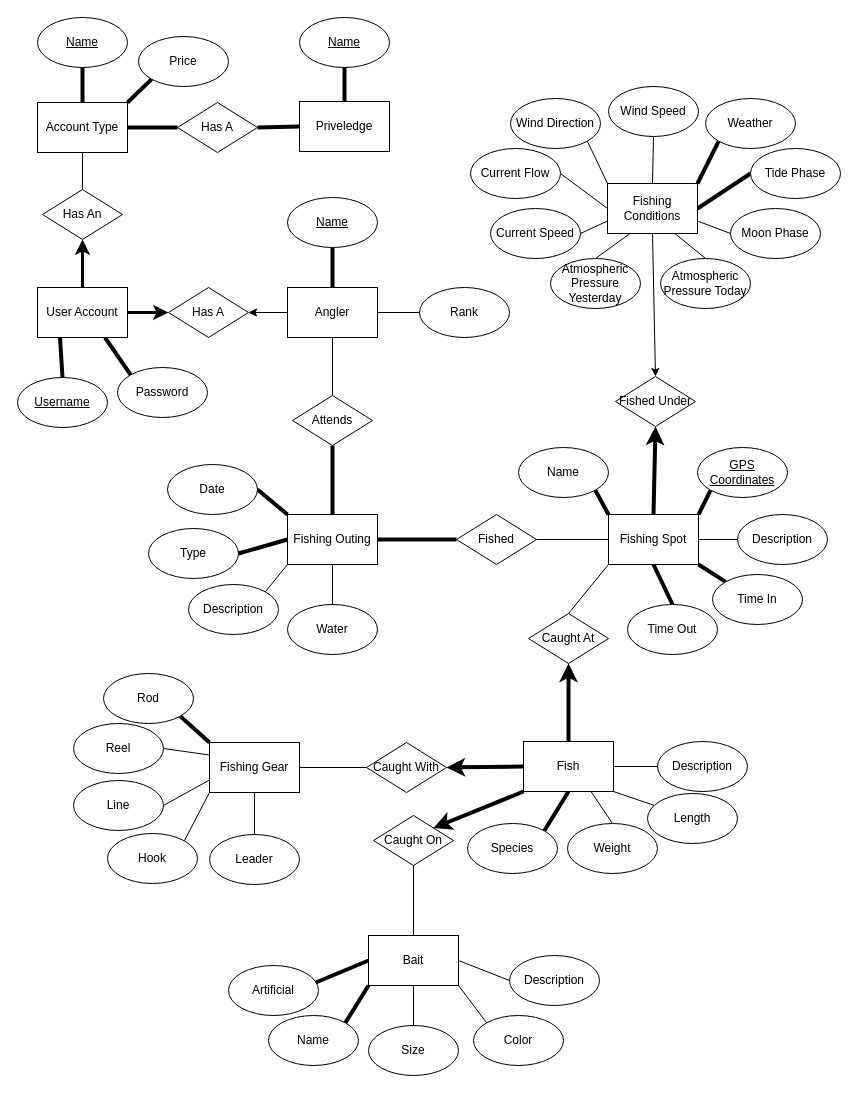
Before: fishing.drawio in rjmcginness/FishingStories, a draw.io diagram. Source tidied: cells renumbered, new cells numbered last; positions are measured from the earlier drawing's top-left corner, leaving out a move shared by most shapes. Both pictures are drawn from the tidied source at 100%, with x=0, y=0 at pixel (17, 17).
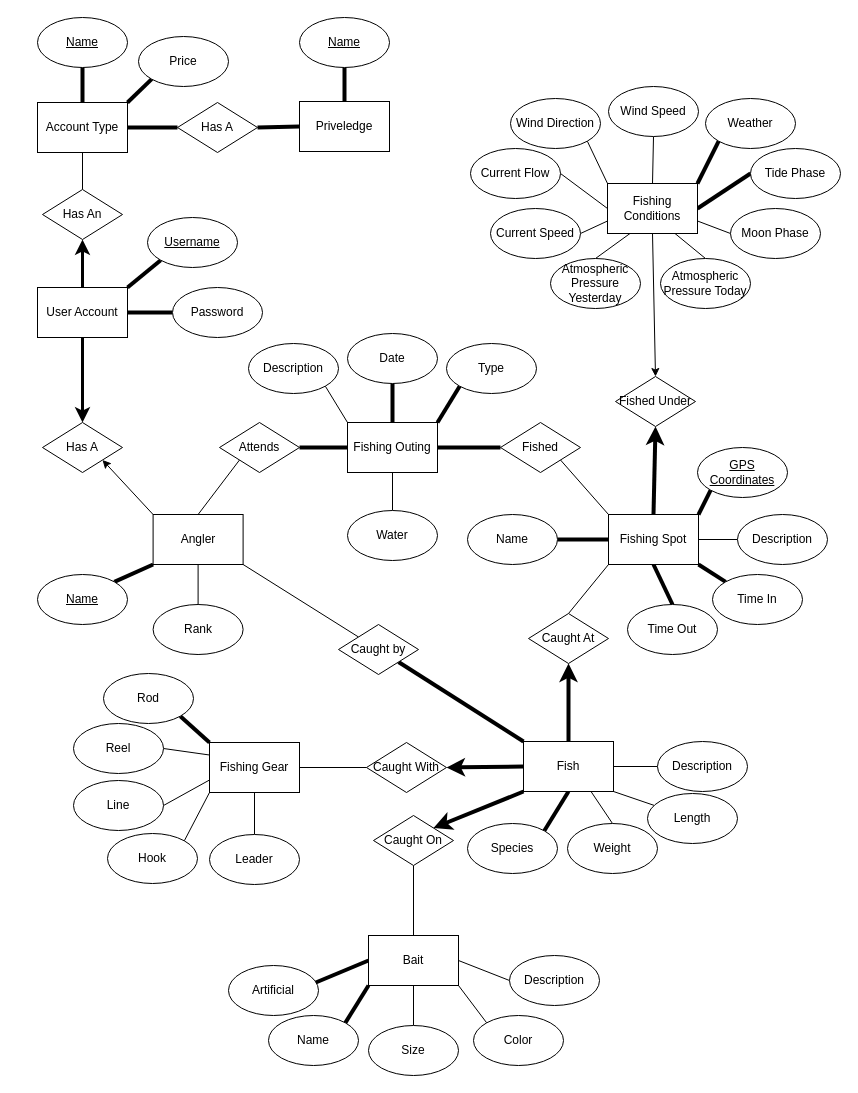
The same diagram, later.

Unchanged cells that the change refers to:
```xml
<mxCell id="10" value="Fishing Spot" style="rounded=0;whiteSpace=wrap;html=1;" parent="1" vertex="1">
  <mxGeometry x="591" y="497" width="90" height="50" as="geometry" />
</mxCell>
<mxCell id="45" value="Fish" style="rounded=0;whiteSpace=wrap;html=1;" parent="1" vertex="1">
  <mxGeometry x="506" y="724" width="90" height="50" as="geometry" />
</mxCell>
<mxCell id="97" value="User Account" style="rounded=0;whiteSpace=wrap;html=1;" parent="1" vertex="1">
  <mxGeometry x="20" y="270" width="90" height="50" as="geometry" />
</mxCell>
```

The edit, as a diff of the source:
```diff
@@
-    <mxCell id="4" style="edgeStyle=none;html=1;exitX=0;exitY=0;exitDx=0;exitDy=0;entryX=1;entryY=1;entryDx=0;entryDy=0;endArrow=none;endFill=0;strokeWidth=4;" parent="1" edge="1" source="10" target="13">
+    <mxCell id="4" style="edgeStyle=none;html=1;exitX=0;exitY=0.5;exitDx=0;exitDy=0;entryX=1;entryY=0.5;entryDx=0;entryDy=0;endArrow=none;endFill=0;strokeWidth=4;" parent="1" edge="1" source="10" target="13">
       <mxGeometry relative="1" as="geometry" />
     </mxCell>
@@
-    <mxCell id="7" style="edgeStyle=none;html=1;exitX=0;exitY=0.5;exitDx=0;exitDy=0;entryX=1;entryY=0.5;entryDx=0;entryDy=0;endArrow=none;endFill=0;strokeWidth=1;" parent="1" edge="1" source="10" target="39">
+    <mxCell id="7" style="edgeStyle=none;html=1;exitX=0;exitY=0;exitDx=0;exitDy=0;entryX=1;entryY=1;entryDx=0;entryDy=0;endArrow=none;endFill=0;strokeWidth=1;" parent="1" edge="1" source="10" target="39">
       <mxGeometry relative="1" as="geometry" />
     </mxCell>
@@
     <mxCell id="13" value="Name" style="ellipse;whiteSpace=wrap;html=1;" parent="1" vertex="1">
-      <mxGeometry x="501" y="430" width="90" height="50" as="geometry" />
+      <mxGeometry x="450" y="497" width="90" height="50" as="geometry" />
     </mxCell>
@@
-    <mxCell id="32" style="edgeStyle=none;html=1;exitX=0;exitY=0;exitDx=0;exitDy=0;entryX=1;entryY=0.5;entryDx=0;entryDy=0;endArrow=none;endFill=0;strokeWidth=4;" parent="1" edge="1" source="36" target="53">
+    <mxCell id="32" style="edgeStyle=none;html=1;exitX=0.5;exitY=0;exitDx=0;exitDy=0;entryX=0.5;entryY=1;entryDx=0;entryDy=0;endArrow=none;endFill=0;strokeWidth=4;" parent="1" edge="1" source="36" target="53">
       <mxGeometry relative="1" as="geometry" />
     </mxCell>
-    <mxCell id="33" style="edgeStyle=none;html=1;exitX=0;exitY=1;exitDx=0;exitDy=0;entryX=1;entryY=0;entryDx=0;entryDy=0;endArrow=none;endFill=0;strokeWidth=1;" parent="1" edge="1" source="36" target="54">
+    <mxCell id="33" style="edgeStyle=none;html=1;exitX=0;exitY=0;exitDx=0;exitDy=0;entryX=1;entryY=1;entryDx=0;entryDy=0;endArrow=none;endFill=0;strokeWidth=1;" parent="1" edge="1" source="36" target="54">
       <mxGeometry relative="1" as="geometry" />
     </mxCell>
-    <mxCell id="34" style="edgeStyle=none;html=1;exitX=0;exitY=0.5;exitDx=0;exitDy=0;endArrow=none;endFill=0;strokeWidth=4;entryX=1;entryY=0.5;entryDx=0;entryDy=0;" parent="1" edge="1" source="36" target="55">
+    <mxCell id="34" style="edgeStyle=none;html=1;exitX=1;exitY=0;exitDx=0;exitDy=0;endArrow=none;endFill=0;strokeWidth=4;entryX=0;entryY=1;entryDx=0;entryDy=0;" parent="1" edge="1" source="36" target="55">
       <mxGeometry relative="1" as="geometry" />
     </mxCell>
-    <mxCell id="35" style="edgeStyle=none;html=1;exitX=0.5;exitY=1;exitDx=0;exitDy=0;entryX=0.5;entryY=0;entryDx=0;entryDy=0;endArrow=none;endFill=0;strokeWidth=1;" parent="1" edge="1" source="36" target="56">
+    <mxCell id="35" style="edgeStyle=none;html=1;entryX=0.5;entryY=0;entryDx=0;entryDy=0;endArrow=none;endFill=0;strokeWidth=1;exitX=0.5;exitY=1;exitDx=0;exitDy=0;" parent="1" edge="1" source="36" target="56">
       <mxGeometry relative="1" as="geometry" />
     </mxCell>
     <mxCell id="36" value="Fishing Outing" style="rounded=0;whiteSpace=wrap;html=1;" parent="1" vertex="1">
-      <mxGeometry x="270" y="497" width="90" height="50" as="geometry" />
+      <mxGeometry x="330" y="405" width="90" height="50" as="geometry" />
     </mxCell>
@@
     <mxCell id="39" value="Fished" style="rhombus;whiteSpace=wrap;html=1;" parent="1" vertex="1">
-      <mxGeometry x="439" y="497" width="80" height="50" as="geometry" />
+      <mxGeometry x="483" y="405" width="80" height="50" as="geometry" />
     </mxCell>
@@
+    <mxCell id="117" style="edgeStyle=none;html=1;exitX=0;exitY=0;exitDx=0;exitDy=0;entryX=1;entryY=1;entryDx=0;entryDy=0;strokeWidth=4;endArrow=none;endFill=0;" parent="1" edge="1" source="45" target="119">
+      <mxGeometry relative="1" as="geometry" />
+    </mxCell>
@@
     <mxCell id="53" value="Date" style="ellipse;whiteSpace=wrap;html=1;" parent="1" vertex="1">
-      <mxGeometry x="150" y="447" width="90" height="50" as="geometry" />
+      <mxGeometry x="330" y="316" width="90" height="50" as="geometry" />
     </mxCell>
     <mxCell id="54" value="Description" style="ellipse;whiteSpace=wrap;html=1;" parent="1" vertex="1">
-      <mxGeometry x="171" y="567" width="90" height="50" as="geometry" />
+      <mxGeometry x="231" y="326" width="90" height="50" as="geometry" />
     </mxCell>
     <mxCell id="55" value="Type" style="ellipse;whiteSpace=wrap;html=1;" parent="1" vertex="1">
-      <mxGeometry x="131" y="511" width="90" height="50" as="geometry" />
+      <mxGeometry x="429" y="326" width="90" height="50" as="geometry" />
     </mxCell>
     <mxCell id="56" value="Water" style="ellipse;whiteSpace=wrap;html=1;" parent="1" vertex="1">
-      <mxGeometry x="270" y="587" width="90" height="50" as="geometry" />
+      <mxGeometry x="330" y="493" width="90" height="50" as="geometry" />
     </mxCell>
@@
     <mxCell id="87" value="Angler" style="rounded=0;whiteSpace=wrap;html=1;" parent="1" vertex="1">
-      <mxGeometry x="270" y="270" width="90" height="50" as="geometry" />
+      <mxGeometry x="135.6" y="497" width="90" height="50" as="geometry" />
     </mxCell>
-    <mxCell id="88" style="edgeStyle=none;html=1;exitX=0.5;exitY=1;exitDx=0;exitDy=0;entryX=0.5;entryY=0;entryDx=0;entryDy=0;endArrow=none;endFill=0;strokeWidth=4;" parent="1" edge="1" source="90" target="36">
+    <mxCell id="88" style="edgeStyle=none;html=1;exitX=1;exitY=0.5;exitDx=0;exitDy=0;entryX=0;entryY=0.5;entryDx=0;entryDy=0;endArrow=none;endFill=0;strokeWidth=4;" parent="1" edge="1" source="90" target="36">
       <mxGeometry relative="1" as="geometry" />
     </mxCell>
-    <mxCell id="89" style="edgeStyle=none;html=1;exitX=0.5;exitY=0;exitDx=0;exitDy=0;entryX=0.5;entryY=1;entryDx=0;entryDy=0;endArrow=none;endFill=0;" parent="1" edge="1" source="90" target="87">
+    <mxCell id="89" style="edgeStyle=none;html=1;exitX=0;exitY=1;exitDx=0;exitDy=0;entryX=0.5;entryY=0;entryDx=0;entryDy=0;endArrow=none;endFill=0;" parent="1" edge="1" source="90" target="87">
       <mxGeometry relative="1" as="geometry" />
     </mxCell>
     <mxCell id="90" value="Attends" style="rhombus;whiteSpace=wrap;html=1;" parent="1" vertex="1">
-      <mxGeometry x="275" y="378" width="80" height="50" as="geometry" />
+      <mxGeometry x="202" y="405" width="80" height="50" as="geometry" />
     </mxCell>
-    <mxCell id="91" style="edgeStyle=none;html=1;exitX=0.5;exitY=1;exitDx=0;exitDy=0;entryX=0.5;entryY=0;entryDx=0;entryDy=0;endArrow=none;endFill=0;strokeWidth=4;" parent="1" edge="1" source="92" target="87">
+    <mxCell id="91" style="edgeStyle=none;html=1;exitX=1;exitY=0;exitDx=0;exitDy=0;entryX=0;entryY=1;entryDx=0;entryDy=0;endArrow=none;endFill=0;strokeWidth=4;" parent="1" edge="1" source="92" target="87">
       <mxGeometry relative="1" as="geometry" />
     </mxCell>
     <mxCell id="92" value="&lt;u&gt;Name&lt;/u&gt;" style="ellipse;whiteSpace=wrap;html=1;" parent="1" vertex="1">
-      <mxGeometry x="270" y="180" width="90" height="50" as="geometry" />
+      <mxGeometry x="20" y="557" width="90" height="50" as="geometry" />
     </mxCell>
-    <mxCell id="93" style="edgeStyle=none;html=1;exitX=0;exitY=0.5;exitDx=0;exitDy=0;entryX=1;entryY=0.5;entryDx=0;entryDy=0;endArrow=none;endFill=0;strokeWidth=1;" parent="1" edge="1" source="94" target="87">
+    <mxCell id="93" style="edgeStyle=none;html=1;exitX=0.5;exitY=0;exitDx=0;exitDy=0;entryX=0.5;entryY=1;entryDx=0;entryDy=0;endArrow=none;endFill=0;strokeWidth=1;" parent="1" edge="1" source="94" target="87">
       <mxGeometry relative="1" as="geometry" />
     </mxCell>
     <mxCell id="94" value="Rank" style="ellipse;whiteSpace=wrap;html=1;" parent="1" vertex="1">
-      <mxGeometry x="402" y="270" width="90" height="50" as="geometry" />
+      <mxGeometry x="135.6" y="587" width="90" height="50" as="geometry" />
     </mxCell>
-    <mxCell id="95" style="edgeStyle=none;html=1;exitX=1;exitY=0.5;exitDx=0;exitDy=0;entryX=0;entryY=0.5;entryDx=0;entryDy=0;startArrow=none;startFill=0;endArrow=classic;endFill=1;strokeWidth=3;" parent="1" edge="1" source="97" target="99">
+    <mxCell id="95" style="edgeStyle=none;html=1;exitX=0.5;exitY=1;exitDx=0;exitDy=0;entryX=0.5;entryY=0;entryDx=0;entryDy=0;startArrow=none;startFill=0;endArrow=classic;endFill=1;strokeWidth=3;" parent="1" edge="1" source="97" target="99">
       <mxGeometry relative="1" as="geometry" />
     </mxCell>
-    <mxCell id="96" style="edgeStyle=none;html=1;exitX=0.75;exitY=1;exitDx=0;exitDy=0;entryX=0;entryY=0;entryDx=0;entryDy=0;startArrow=none;startFill=0;endArrow=none;endFill=0;strokeWidth=4;" parent="1" edge="1" source="97" target="102">
+    <mxCell id="96" style="edgeStyle=none;html=1;exitX=1;exitY=0.5;exitDx=0;exitDy=0;entryX=0;entryY=0.5;entryDx=0;entryDy=0;startArrow=none;startFill=0;endArrow=none;endFill=0;strokeWidth=4;" parent="1" edge="1" source="97" target="102">
       <mxGeometry relative="1" as="geometry" />
     </mxCell>
@@
-    <mxCell id="98" style="edgeStyle=none;html=1;exitX=1;exitY=0.5;exitDx=0;exitDy=0;entryX=0;entryY=0.5;entryDx=0;entryDy=0;endArrow=none;endFill=0;strokeWidth=1;startArrow=classic;startFill=1;" parent="1" edge="1" source="99" target="87">
+    <mxCell id="98" style="edgeStyle=none;html=1;exitX=1;exitY=1;exitDx=0;exitDy=0;endArrow=none;endFill=0;strokeWidth=1;startArrow=classic;startFill=1;entryX=0;entryY=0;entryDx=0;entryDy=0;" parent="1" edge="1" source="99" target="87">
       <mxGeometry relative="1" as="geometry" />
     </mxCell>
     <mxCell id="99" value="Has A" style="rhombus;whiteSpace=wrap;html=1;" parent="1" vertex="1">
-      <mxGeometry x="151" y="270" width="80" height="50" as="geometry" />
+      <mxGeometry x="25" y="405" width="80" height="50" as="geometry" />
     </mxCell>
-    <mxCell id="100" style="edgeStyle=none;html=1;exitX=0.5;exitY=0;exitDx=0;exitDy=0;entryX=0.25;entryY=1;entryDx=0;entryDy=0;startArrow=none;startFill=0;endArrow=none;endFill=0;strokeWidth=4;" parent="1" edge="1" source="101" target="97">
+    <mxCell id="100" style="edgeStyle=none;html=1;exitX=0;exitY=1;exitDx=0;exitDy=0;entryX=1;entryY=0;entryDx=0;entryDy=0;startArrow=none;startFill=0;endArrow=none;endFill=0;strokeWidth=4;" parent="1" edge="1" source="101" target="97">
       <mxGeometry relative="1" as="geometry" />
     </mxCell>
     <mxCell id="101" value="&lt;u&gt;Username&lt;/u&gt;" style="ellipse;whiteSpace=wrap;html=1;" parent="1" vertex="1">
-      <mxGeometry y="360" width="90" height="50" as="geometry" />
+      <mxGeometry x="130" y="200" width="90" height="50" as="geometry" />
     </mxCell>
     <mxCell id="102" value="Password" style="ellipse;whiteSpace=wrap;html=1;" parent="1" vertex="1">
-      <mxGeometry x="100" y="350" width="90" height="50" as="geometry" />
+      <mxGeometry x="155" y="270" width="90" height="50" as="geometry" />
     </mxCell>
@@
+    <mxCell id="118" style="edgeStyle=none;html=1;exitX=0;exitY=0;exitDx=0;exitDy=0;entryX=1;entryY=1;entryDx=0;entryDy=0;strokeWidth=1;endArrow=none;endFill=0;" parent="1" edge="1" source="119" target="87">
+      <mxGeometry relative="1" as="geometry" />
+    </mxCell>
+    <mxCell id="119" value="Caught by" style="rhombus;whiteSpace=wrap;html=1;" parent="1" vertex="1">
+      <mxGeometry x="321" y="607" width="80" height="50" as="geometry" />
+    </mxCell>
```
